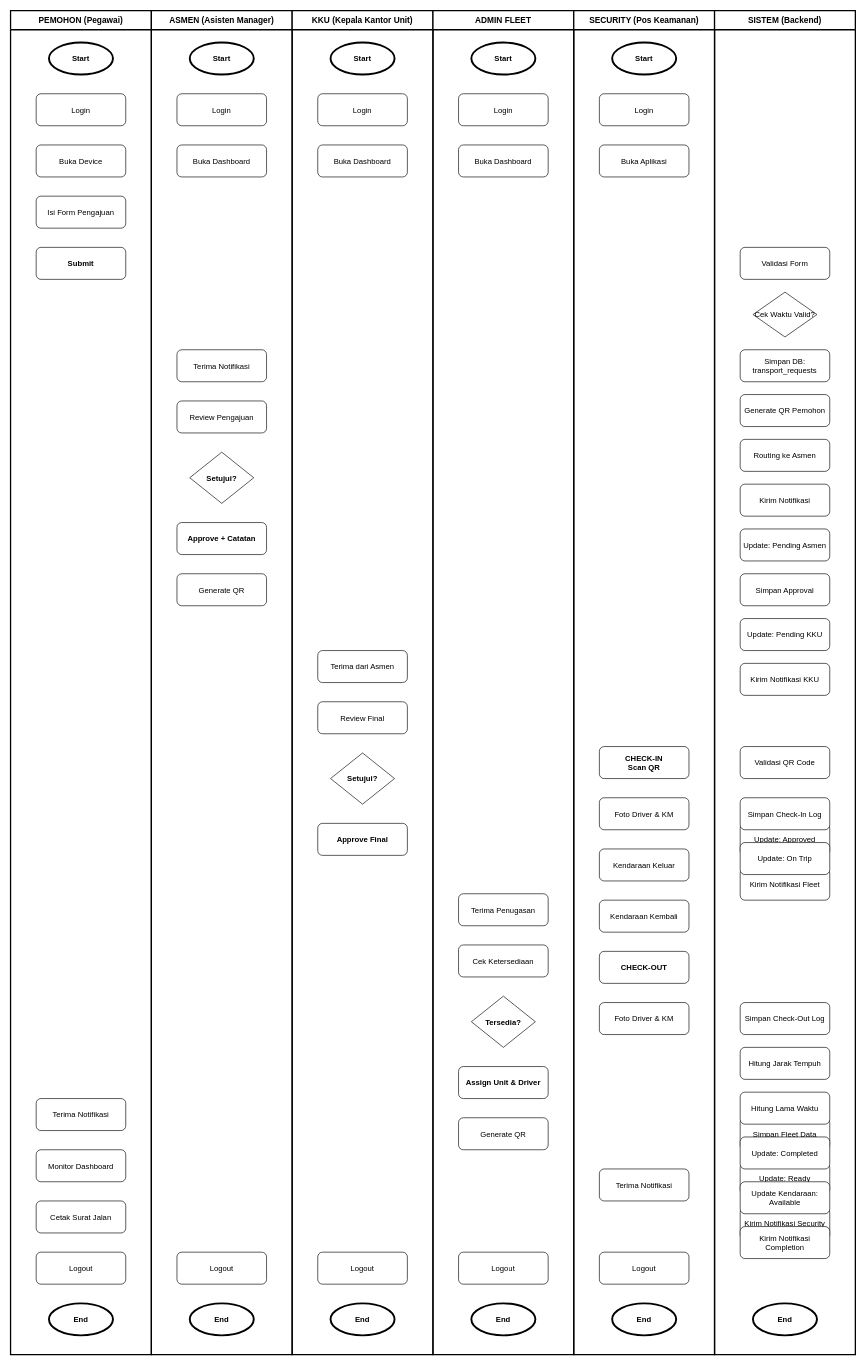
Above: E-Transport_Swimlane_BW.drawio in Nabilla19/pln_transport (draw.io), before the change. Source tidied: cells renumbered, new cells numbered last; positions are measured from the earlier drawing's top-left corner, leaving out a move shared by most shapes. Both pictures are drawn from the tidied source at 64%, with x=0, y=0 at pixel (10, 10).
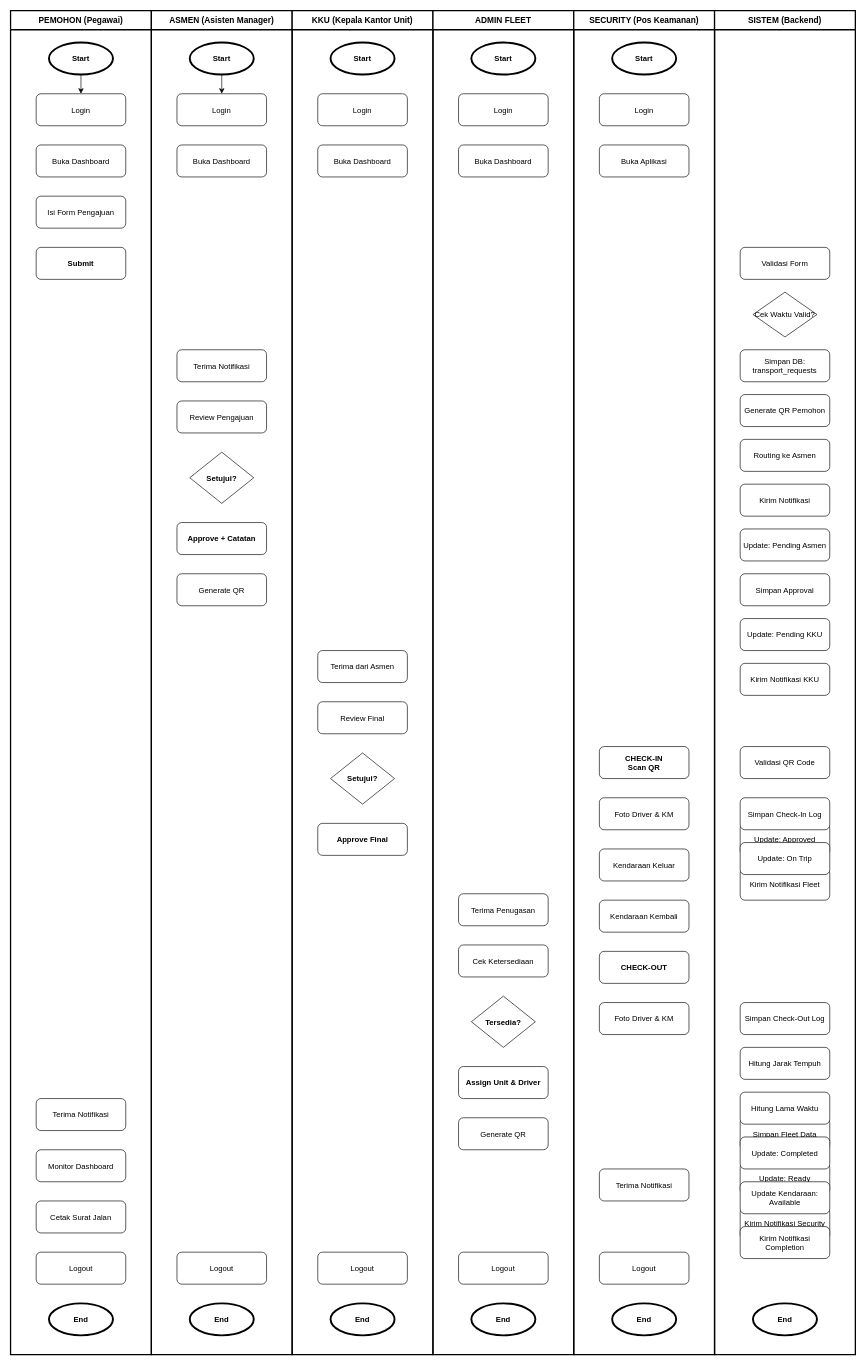
After the change.

The change refers to these unchanged cells:
```xml
<mxCell id="2" value="PEMOHON (Pegawai)" style="swimlane;startSize=30;fillColor=#ffffff;strokeColor=#000000;strokeWidth=2;fontStyle=1;fontSize=13;fontColor=#000000;" parent="1" vertex="1">
  <mxGeometry width="220" height="2100" as="geometry" />
</mxCell>
<mxCell id="3" value="Start" style="ellipse;fillColor=#ffffff;strokeColor=#000000;fontColor=#000000;fontStyle=1;strokeWidth=3;" parent="2" vertex="1">
  <mxGeometry x="60" y="50" width="100" height="50" as="geometry" />
</mxCell>
<mxCell id="4" value="Login" style="rounded=1;fillColor=#ffffff;strokeColor=#000000;fontColor=#000000;" parent="2" vertex="1">
  <mxGeometry x="40" y="130" width="140" height="50" as="geometry" />
</mxCell>
<mxCell id="13" value="ASMEN (Asisten Manager)" style="swimlane;startSize=30;fillColor=#ffffff;strokeColor=#000000;strokeWidth=2;fontStyle=1;fontSize=13;fontColor=#000000;" parent="1" vertex="1">
  <mxGeometry x="220" width="220" height="2100" as="geometry" />
</mxCell>
<mxCell id="14" value="Start" style="ellipse;fillColor=#ffffff;strokeColor=#000000;fontColor=#000000;fontStyle=1;strokeWidth=3;" parent="13" vertex="1">
  <mxGeometry x="60" y="50" width="100" height="50" as="geometry" />
</mxCell>
<mxCell id="15" value="Login" style="rounded=1;fillColor=#ffffff;strokeColor=#000000;fontColor=#000000;" parent="13" vertex="1">
  <mxGeometry x="40" y="130" width="140" height="50" as="geometry" />
</mxCell>
```

Diff of the diagram source:
```diff
@@
+    <mxCell id="148" style="edgeStyle=none;html=1;exitX=0.5;exitY=1;exitDx=0;exitDy=0;" parent="2" edge="1" source="3" target="4">
+      <mxGeometry relative="1" as="geometry" />
+    </mxCell>
@@
-    <mxCell id="5" value="Buka Device" style="rounded=1;fillColor=#ffffff;strokeColor=#000000;fontColor=#000000;" parent="2" vertex="1">
+    <mxCell id="5" value="Buka Dashboard" style="rounded=1;fillColor=#ffffff;strokeColor=#000000;fontColor=#000000;" parent="2" vertex="1">
       <mxGeometry x="40" y="210" width="140" height="50" as="geometry" />
     </mxCell>
@@
+    <mxCell id="149" style="edgeStyle=none;html=1;exitX=0.5;exitY=1;exitDx=0;exitDy=0;entryX=0.5;entryY=0;entryDx=0;entryDy=0;" parent="13" edge="1" source="14" target="15">
+      <mxGeometry relative="1" as="geometry" />
+    </mxCell>
```
